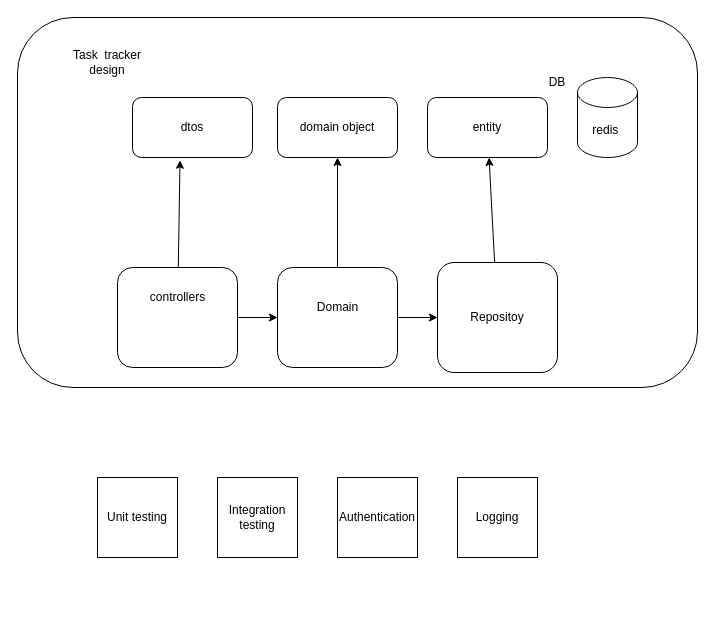
Above: page "design" (1 of 2) of server/server-design.drawio in priyanhsu10/task-tracker (draw.io), before the change. Source tidied: cells renumbered, new cells numbered last; positions are measured from the earlier drawing's top-left corner, leaving out a move shared by most shapes. Both pictures are drawn from the tidied source at 100%, with x=0, y=0 at pixel (17, 17).
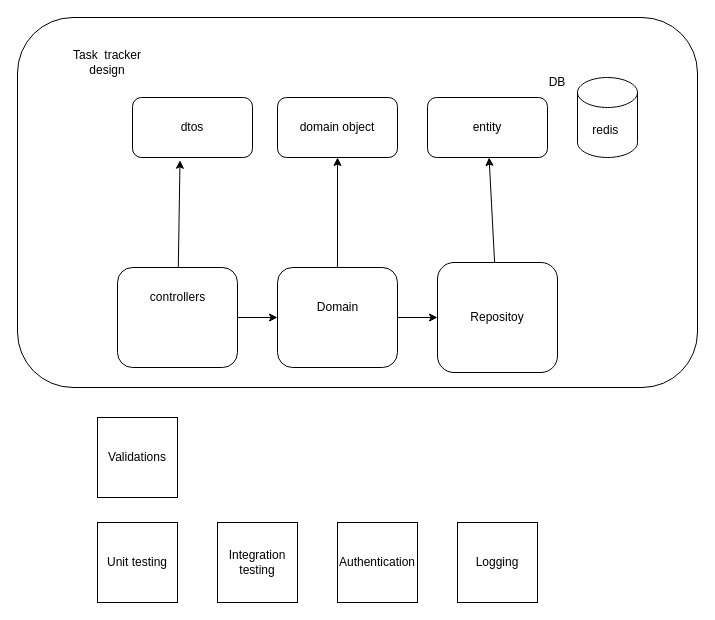
The same diagram, later.

The edit, as a diff of the source:
```diff
@@
     <mxCell id="19" value="Unit testing" style="whiteSpace=wrap;html=1;" parent="1" vertex="1">
-      <mxGeometry x="80" y="460" width="80" height="80" as="geometry" />
+      <mxGeometry x="80" y="505" width="80" height="80" as="geometry" />
     </mxCell>
     <mxCell id="20" value="Integration testing" style="whiteSpace=wrap;html=1;" parent="1" vertex="1">
-      <mxGeometry x="200" y="460" width="80" height="80" as="geometry" />
+      <mxGeometry x="200" y="505" width="80" height="80" as="geometry" />
     </mxCell>
     <mxCell id="21" value="Authentication" style="whiteSpace=wrap;html=1;" parent="1" vertex="1">
-      <mxGeometry x="320" y="460" width="80" height="80" as="geometry" />
+      <mxGeometry x="320" y="505" width="80" height="80" as="geometry" />
     </mxCell>
     <mxCell id="22" value="Logging" style="whiteSpace=wrap;html=1;" parent="1" vertex="1">
-      <mxGeometry x="440" y="460" width="80" height="80" as="geometry" />
+      <mxGeometry x="440" y="505" width="80" height="80" as="geometry" />
     </mxCell>
+    <mxCell id="23" value="Validations" style="whiteSpace=wrap;html=1;" parent="1" vertex="1">
+      <mxGeometry x="80" y="400" width="80" height="80" as="geometry" />
+    </mxCell>
```
